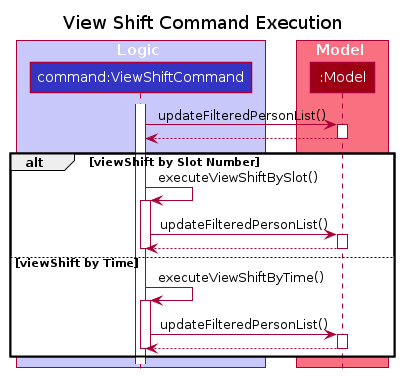
nus-cs2103-AY2122S1/tp keeps this PlantUML diagram as docs/images/viewShiftCommand/ViewShiftCommandExecutionSequenceDiagram.png. Above is the earlier version.
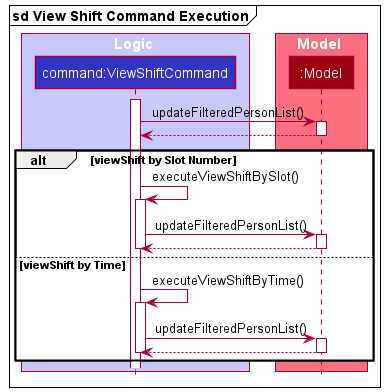
The same diagram one commit later.

Diff of the diagram source:
```diff
@@ -1,8 +1,7 @@
 @startuml
 !include style.puml
 
-
-Title View Shift Command Execution
+mainframe **sd View Shift Command Execution**
 
 box Logic LOGIC_COLOR_T1
 
```
